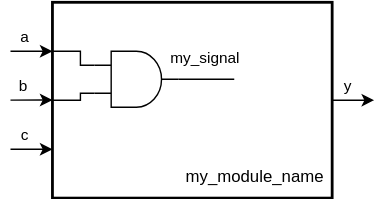
This is Labs/01. Comb Logic/pic/module_example_4.drawio.svg from Konf/PCU-SV-new, a draw.io export, as it was before one commit. Source tidied: cells renumbered, new cells last; positions are measured from the earlier drawing's top-left corner, leaving out a move shared by most shapes.
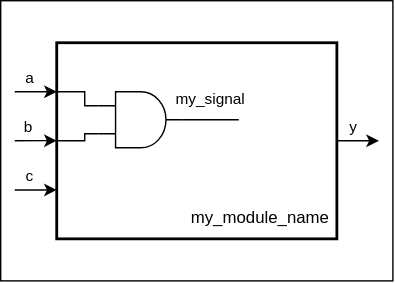
The same file after the commit.

Diff of the diagram source:
```diff
@@ -2,64 +2,67 @@
   <root>
     <mxCell id="0" />
     <mxCell id="1" parent="0" />
+    <mxCell id="17" style="rounded=0;whiteSpace=wrap;html=1;fillColor=#FFFFFF;" parent="1" vertex="1">
+      <mxGeometry x="-10" y="-30" width="280" height="200" as="geometry" />
+    </mxCell>
-    <mxCell id="2" style="rounded=0;whiteSpace=wrap;html=1;strokeWidth=2;" parent="1" vertex="1">
+    <mxCell id="2" style="rounded=0;whiteSpace=wrap;html=1;strokeWidth=2;strokeColor=#000000;fillColor=#FFFFFF;" parent="1" vertex="1">
       <mxGeometry x="30" width="200" height="140" as="geometry" />
     </mxCell>
-    <mxCell id="3" style="edgeStyle=orthogonalEdgeStyle;rounded=0;orthogonalLoop=1;jettySize=auto;html=1;exitX=0;exitY=0.5;exitDx=0;exitDy=0;entryX=0;entryY=0.5;entryDx=0;entryDy=0;" parent="1" edge="1">
+    <mxCell id="3" style="edgeStyle=orthogonalEdgeStyle;rounded=0;orthogonalLoop=1;jettySize=auto;html=1;exitX=0;exitY=0.5;exitDx=0;exitDy=0;entryX=0;entryY=0.5;entryDx=0;entryDy=0;strokeColor=#000000;" parent="1" edge="1">
       <mxGeometry relative="1" as="geometry">
         <mxPoint y="69.9" as="sourcePoint" />
         <mxPoint x="30" y="70.1" as="targetPoint" />
       </mxGeometry>
     </mxCell>
-    <mxCell id="4" value="b" style="edgeLabel;html=1;align=center;verticalAlign=middle;" parent="3" vertex="1">
+    <mxCell id="4" value="b" style="edgeLabel;html=1;align=center;verticalAlign=middle;labelBackgroundColor=none;fontColor=#000000;" parent="3" vertex="1">
       <mxGeometry x="-0.4" relative="1" as="geometry">
         <mxPoint y="-10" as="offset" />
       </mxGeometry>
     </mxCell>
-    <mxCell id="5" style="edgeStyle=orthogonalEdgeStyle;rounded=0;jettySize=auto;html=1;exitX=0;exitY=0.75;exitDx=0;exitDy=0;entryX=0;entryY=0.75;entryDx=0;entryDy=0;" parent="1" edge="1" target="2">
+    <mxCell id="5" style="edgeStyle=orthogonalEdgeStyle;rounded=0;jettySize=auto;html=1;exitX=0;exitY=0.75;exitDx=0;exitDy=0;entryX=0;entryY=0.75;entryDx=0;entryDy=0;strokeColor=#000000;" parent="1" edge="1" target="2">
       <mxGeometry relative="1" as="geometry">
         <mxPoint y="105.1" as="sourcePoint" />
       </mxGeometry>
     </mxCell>
-    <mxCell id="6" value="c" style="edgeLabel;html=1;align=center;verticalAlign=middle;" parent="5" vertex="1">
+    <mxCell id="6" value="c" style="edgeLabel;html=1;align=center;verticalAlign=middle;labelBackgroundColor=none;fontColor=#000000;" parent="5" vertex="1">
       <mxGeometry x="-0.3" relative="1" as="geometry">
         <mxPoint x="-1" y="-10" as="offset" />
       </mxGeometry>
     </mxCell>
-    <mxCell id="7" style="edgeStyle=orthogonalEdgeStyle;rounded=0;jettySize=auto;html=1;exitX=1;exitY=0.5;exitDx=0;exitDy=0;" parent="1" edge="1" source="2">
+    <mxCell id="7" style="edgeStyle=orthogonalEdgeStyle;rounded=0;jettySize=auto;html=1;exitX=1;exitY=0.5;exitDx=0;exitDy=0;strokeColor=#000000;" parent="1" edge="1" source="2">
       <mxGeometry relative="1" as="geometry">
         <mxPoint x="260" y="69.9" as="targetPoint" />
       </mxGeometry>
     </mxCell>
-    <mxCell id="8" value="y" style="edgeLabel;html=1;align=center;verticalAlign=middle;" parent="7" vertex="1">
+    <mxCell id="8" value="y" style="edgeLabel;html=1;align=center;verticalAlign=middle;labelBackgroundColor=none;fontColor=#000000;" parent="7" vertex="1">
       <mxGeometry x="-0.26" relative="1" as="geometry">
         <mxPoint y="-10" as="offset" />
       </mxGeometry>
     </mxCell>
-    <mxCell id="9" value="my_module_name" style="text;html=1;strokeColor=none;fillColor=none;align=center;verticalAlign=middle;whiteSpace=wrap;rounded=0;" parent="1" vertex="1">
-      <mxGeometry x="120" y="110" width="110" height="30" as="geometry" />
-    </mxCell>
-    <mxCell id="10" style="endArrow=classic;html=1;rounded=0;entryX=0;entryY=0.25;entryDx=0;entryDy=0;" parent="1" edge="1" target="2">
+    <mxCell id="10" style="endArrow=classic;html=1;rounded=0;entryX=0;entryY=0.25;entryDx=0;entryDy=0;strokeColor=#000000;" parent="1" edge="1" target="2">
       <mxGeometry relative="1" as="geometry">
         <mxPoint y="35" as="sourcePoint" />
       </mxGeometry>
     </mxCell>
-    <mxCell id="11" value="a" style="edgeLabel;html=1;align=center;verticalAlign=middle;" parent="10" vertex="1">
+    <mxCell id="11" value="a" style="edgeLabel;html=1;align=center;verticalAlign=middle;labelBackgroundColor=none;fontColor=#000000;" parent="10" vertex="1">
       <mxGeometry x="-0.4" y="-1" relative="1" as="geometry">
         <mxPoint x="1" y="-11" as="offset" />
       </mxGeometry>
     </mxCell>
+    <mxCell id="16" style="verticalLabelPosition=bottom;shadow=0;dashed=0;align=center;html=1;verticalAlign=top;shape=mxgraph.electrical.logic_gates.logic_gate;operation=and;fontColor=#000000;strokeColor=#000000;fillColor=#FFFFFF;" parent="1" vertex="1">
+      <mxGeometry x="60" y="35" width="60" height="40" as="geometry" />
+    </mxCell>
-    <mxCell id="12" style="endArrow=none;html=1;rounded=0;exitX=1;exitY=0.5;exitDx=0;exitDy=0;exitPerimeter=0;" parent="1" edge="1" source="16">
+    <mxCell id="12" style="endArrow=none;html=1;rounded=0;exitX=1;exitY=0.5;exitDx=0;exitDy=0;exitPerimeter=0;strokeColor=#000000;" parent="1" edge="1" source="16">
       <mxGeometry relative="1" as="geometry">
         <mxPoint x="160" y="55" as="targetPoint" />
       </mxGeometry>
     </mxCell>
-    <mxCell id="13" value="my_signal" style="edgeLabel;html=1;align=center;verticalAlign=middle;" parent="12" vertex="1">
+    <mxCell id="13" value="my_signal" style="edgeLabel;html=1;align=center;verticalAlign=middle;labelBackgroundColor=none;fontColor=#000000;" parent="12" vertex="1">
       <mxGeometry x="-0.47" relative="1" as="geometry">
         <mxPoint x="8" y="-15" as="offset" />
       </mxGeometry>
     </mxCell>
-    <mxCell id="14" style="edgeStyle=orthogonalEdgeStyle;rounded=0;jettySize=auto;html=1;exitX=0;exitY=0.25;exitDx=0;exitDy=0;exitPerimeter=0;entryX=0;entryY=0.25;entryDx=0;entryDy=0;endArrow=none;endFill=0;" parent="1" edge="1" source="16" target="2">
+    <mxCell id="14" style="edgeStyle=orthogonalEdgeStyle;rounded=0;jettySize=auto;html=1;exitX=0;exitY=0.25;exitDx=0;exitDy=0;exitPerimeter=0;entryX=0;entryY=0.25;entryDx=0;entryDy=0;endArrow=none;endFill=0;strokeColor=#000000;" parent="1" edge="1" source="16" target="2">
       <mxGeometry relative="1" as="geometry">
         <Array as="points">
           <mxPoint x="50" y="45" />
@@ -67,7 +70,7 @@
         </Array>
       </mxGeometry>
     </mxCell>
-    <mxCell id="15" style="edgeStyle=orthogonalEdgeStyle;rounded=0;jettySize=auto;html=1;exitX=0;exitY=0.75;exitDx=0;exitDy=0;exitPerimeter=0;entryX=0;entryY=0.5;entryDx=0;entryDy=0;endArrow=none;endFill=0;" parent="1" edge="1" source="16" target="2">
+    <mxCell id="15" style="edgeStyle=orthogonalEdgeStyle;rounded=0;jettySize=auto;html=1;exitX=0;exitY=0.75;exitDx=0;exitDy=0;exitPerimeter=0;entryX=0;entryY=0.5;entryDx=0;entryDy=0;endArrow=none;endFill=0;strokeColor=#000000;" parent="1" edge="1" source="16" target="2">
       <mxGeometry relative="1" as="geometry">
         <Array as="points">
           <mxPoint x="50" y="65" />
@@ -75,8 +78,8 @@
         </Array>
       </mxGeometry>
     </mxCell>
-    <mxCell id="16" style="verticalLabelPosition=bottom;shadow=0;dashed=0;align=center;html=1;verticalAlign=top;shape=mxgraph.electrical.logic_gates.logic_gate;operation=and;" parent="1" vertex="1">
-      <mxGeometry x="60" y="35" width="60" height="40" as="geometry" />
-    </mxCell>
+    <mxCell id="9" value="my_module_name" style="text;html=1;strokeColor=none;fillColor=none;align=center;verticalAlign=middle;whiteSpace=wrap;rounded=0;fontColor=#000000;" parent="1" vertex="1">
+      <mxGeometry x="120" y="110" width="110" height="30" as="geometry" />
+    </mxCell>
   </root>
 </mxGraphModel>
```
